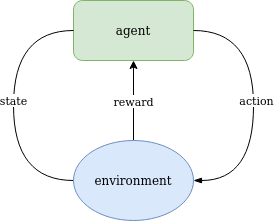
Before: assets/images/reinforcement_learning_base_diagram.png, a diagram exported from draw.io (m-a-h-e/m-a-h-e.github.io). Source tidied: cells renumbered, new cells last; positions are measured from the earlier drawing's top-left corner, leaving out a move shared by most shapes.
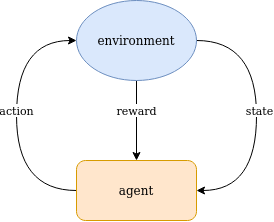
After the commit.

The edit, as a diff of the source:
```diff
@@ -2,10 +2,7 @@
   <root>
     <mxCell id="0" />
     <mxCell id="1" parent="0" />
-    <mxCell id="2" value="agent" style="rounded=1;whiteSpace=wrap;html=1;fillColor=#d5e8d4;strokeColor=#82b366;" parent="1" vertex="1">
-      <mxGeometry x="60" width="120" height="60" as="geometry" />
-    </mxCell>
-    <mxCell id="3" style="endArrow=none;html=1;endFill=0;startArrow=blockThin;startFill=1;exitX=1;exitY=0.5;exitDx=0;exitDy=0;entryX=1;entryY=0.5;entryDx=0;entryDy=0;edgeStyle=orthogonalEdgeStyle;curved=1;" parent="1" edge="1" source="9" target="2">
+    <mxCell id="3" style="endArrow=none;html=1;endFill=0;startArrow=classic;startFill=1;edgeStyle=orthogonalEdgeStyle;curved=1;entryX=1;entryY=0.5;entryDx=0;entryDy=0;exitX=1;exitY=0.5;exitDx=0;exitDy=0;" parent="1" edge="1" source="2" target="9">
       <mxGeometry relative="1" as="geometry">
         <Array as="points">
           <mxPoint x="240" y="180" />
@@ -13,22 +10,20 @@
         </Array>
       </mxGeometry>
     </mxCell>
-    <mxCell id="4" value="action" style="edgeLabel;html=1;align=center;verticalAlign=middle;" parent="3" vertex="1">
+    <mxCell id="4" value="state" style="edgeLabel;html=1;align=center;verticalAlign=middle;" parent="3" vertex="1">
       <mxGeometry x="-0.09" y="-1" relative="1" as="geometry">
         <mxPoint x="1.2" y="-16.6" as="offset" />
       </mxGeometry>
     </mxCell>
-    <mxCell id="5" style="endArrow=classic;html=1;exitX=0.5;exitY=0;exitDx=0;exitDy=0;startArrow=none;startFill=0;endFill=1;" parent="1" edge="1" source="9">
-      <mxGeometry relative="1" as="geometry">
-        <mxPoint x="120" y="60" as="targetPoint" />
-      </mxGeometry>
+    <mxCell id="5" style="endArrow=none;html=1;exitX=0.5;exitY=0;exitDx=0;exitDy=0;startArrow=classic;startFill=1;endFill=0;entryX=0.5;entryY=1;entryDx=0;entryDy=0;" parent="1" edge="1" source="2" target="9">
+      <mxGeometry relative="1" as="geometry" />
     </mxCell>
     <mxCell id="6" value="reward" style="edgeLabel;html=1;align=center;verticalAlign=middle;" parent="5" vertex="1">
       <mxGeometry x="-0.09" y="-1" relative="1" as="geometry">
-        <mxPoint x="-1" y="-2.4" as="offset" />
+        <mxPoint x="-1" y="-13.5" as="offset" />
       </mxGeometry>
     </mxCell>
-    <mxCell id="7" style="endArrow=none;html=1;edgeStyle=orthogonalEdgeStyle;curved=1;entryX=0;entryY=0.5;entryDx=0;entryDy=0;exitX=0;exitY=0.5;exitDx=0;exitDy=0;" parent="1" edge="1" source="9" target="2">
+    <mxCell id="7" style="endArrow=classic;html=1;edgeStyle=orthogonalEdgeStyle;curved=1;startArrow=none;startFill=0;exitX=0;exitY=0.5;exitDx=0;exitDy=0;entryX=0;entryY=0.5;entryDx=0;entryDy=0;endFill=1;" parent="1" edge="1" source="2" target="9">
       <mxGeometry relative="1" as="geometry">
         <Array as="points">
           <mxPoint y="180" />
@@ -36,13 +31,16 @@
         </Array>
       </mxGeometry>
     </mxCell>
-    <mxCell id="8" value="state" style="edgeLabel;html=1;align=center;verticalAlign=middle;" parent="7" vertex="1">
+    <mxCell id="8" value="action" style="edgeLabel;html=1;align=center;verticalAlign=middle;" parent="7" vertex="1">
       <mxGeometry x="-0.09" y="-1" relative="1" as="geometry">
         <mxPoint x="-1" y="-16.6" as="offset" />
       </mxGeometry>
     </mxCell>
     <mxCell id="9" value="environment" style="ellipse;whiteSpace=wrap;html=1;fillColor=#dae8fc;strokeColor=#6c8ebf;" parent="1" vertex="1">
-      <mxGeometry x="60" y="140" width="120" height="80" as="geometry" />
+      <mxGeometry x="60" y="-10" width="120" height="80" as="geometry" />
     </mxCell>
+    <mxCell id="2" value="agent" style="rounded=1;whiteSpace=wrap;html=1;fillColor=#ffe6cc;strokeColor=#d79b00;" parent="1" vertex="1">
+      <mxGeometry x="60" y="150" width="120" height="60" as="geometry" />
+    </mxCell>
   </root>
 </mxGraphModel>
```
